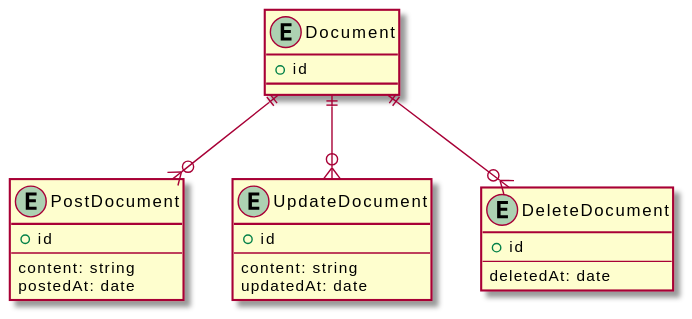
Earlier version of the PlantUML export 03_データベース/16_DBモデリング3/assets/diagram02.svg (sushidesu/prahachallenge).
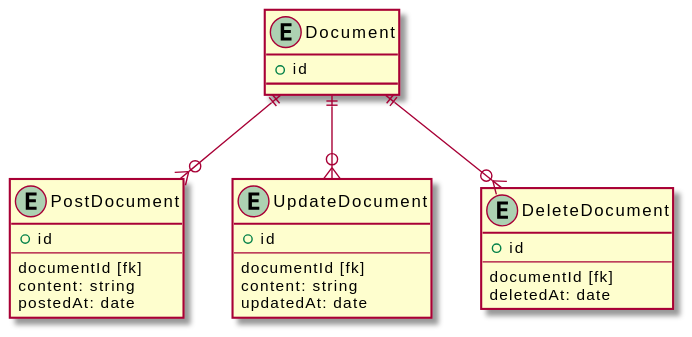
Above is the later version.

Commit message:
疑問のER図を更新

Diff of the diagram source:
```diff
@@ -6,6 +6,7 @@
 entity PostDocument {
   + id
   ---
+  documentId [fk]
   content: string
   postedAt: date
 }
@@ -14,6 +15,7 @@
 entity UpdateDocument {
   + id
   ---
+  documentId [fk]
   content: string
   updatedAt: date
 }
@@ -22,6 +24,7 @@
 entity DeleteDocument {
   + id
   ---
+  documentId [fk]
   deletedAt: date
 }
 Document ||--o{ DeleteDocument
```
